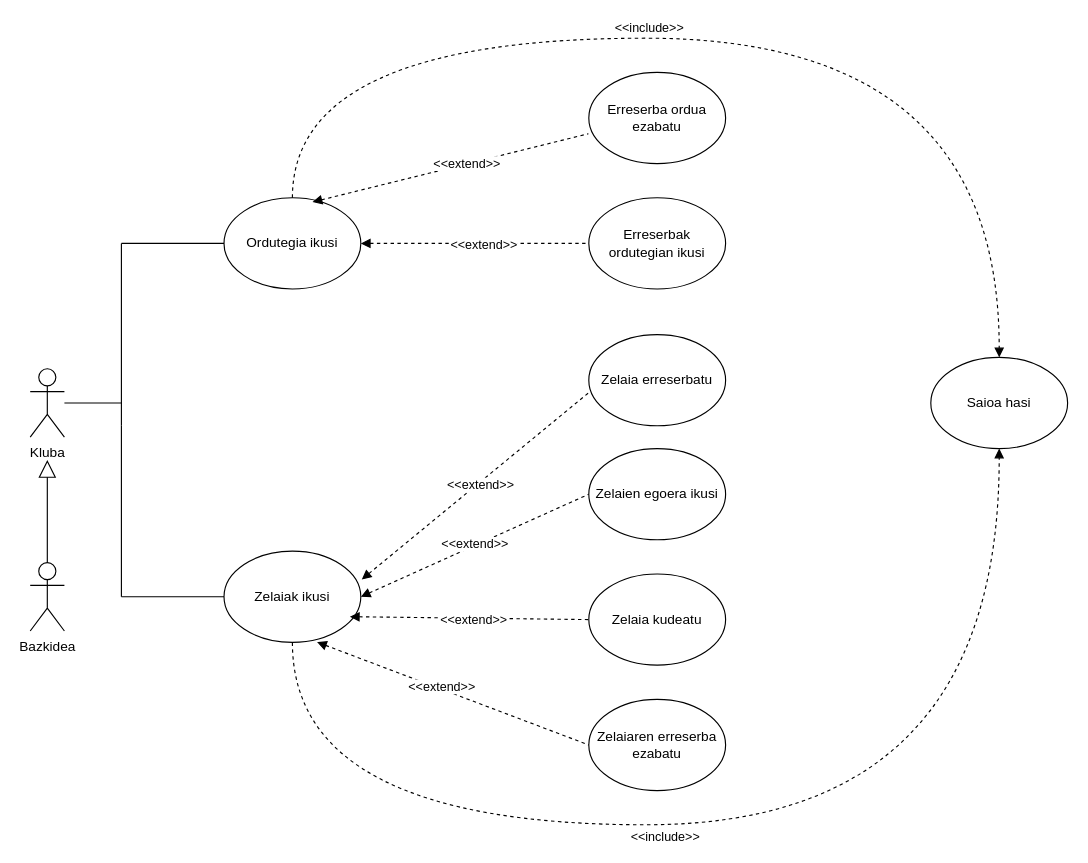
Above: C#/Diagramak/C_ErabilpenKasuDiagrama.drawio in iguisado228/3Erronka (draw.io), before the change. Source tidied: cells renumbered, new cells numbered last; positions are measured from the earlier drawing's top-left corner, leaving out a move shared by most shapes. Both pictures are drawn from the tidied source at 114%, with x=0, y=0 at pixel (30, 38).
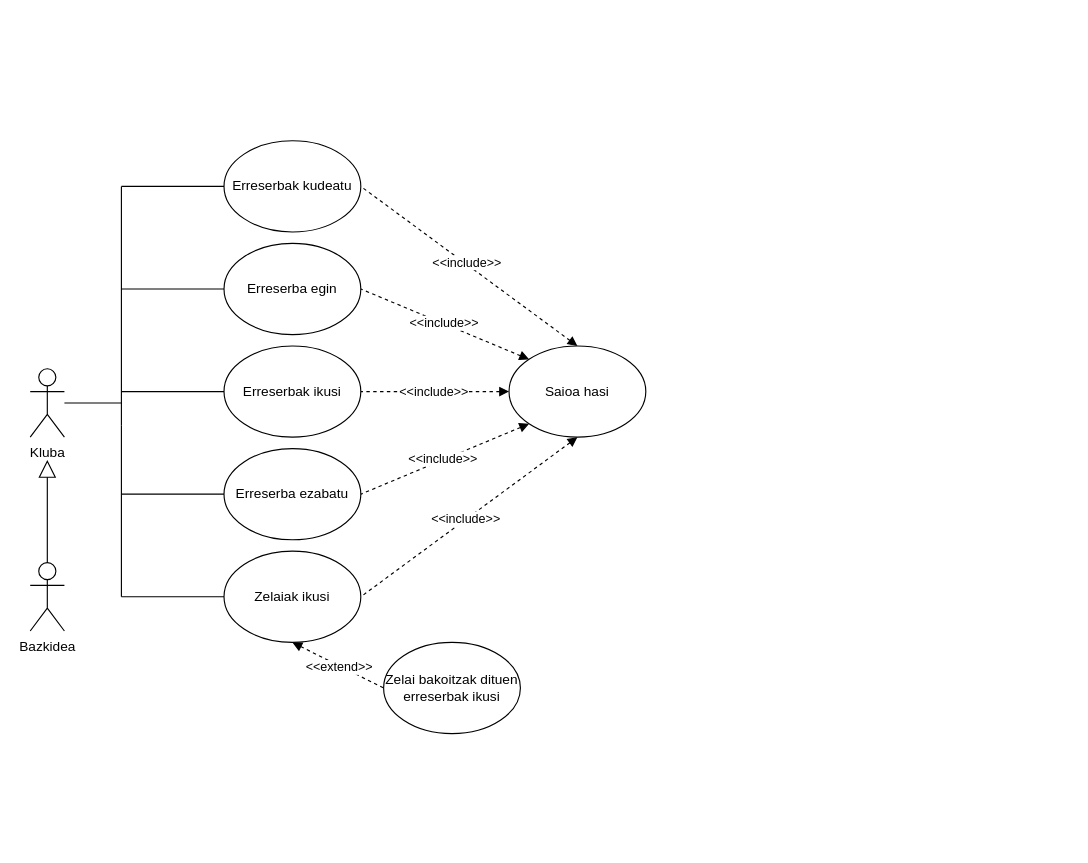
After the change.

The change refers to these unchanged cells:
```xml
<mxCell id="4" value="Zelaiak ikusi" style="ellipse;whiteSpace=wrap;html=1;" parent="1" vertex="1">
  <mxGeometry x="170" y="450" width="120" height="80" as="geometry" />
</mxCell>
```

Diff of the diagram source:
```diff
@@
-    <mxCell id="2" value="Ordutegia ikusi" style="ellipse;whiteSpace=wrap;html=1;" parent="1" vertex="1">
-      <mxGeometry x="170" y="140" width="120" height="80" as="geometry" />
+    <mxCell id="2" value="Erreserba egin" style="ellipse;whiteSpace=wrap;html=1;" parent="1" vertex="1">
+      <mxGeometry x="170" y="180" width="120" height="80" as="geometry" />
     </mxCell>
@@
-    <mxCell id="5" value="Zelaia erreserbatu" style="ellipse;whiteSpace=wrap;html=1;" parent="1" vertex="1">
-      <mxGeometry x="490" y="260" width="120" height="80" as="geometry" />
-    </mxCell>
-    <mxCell id="6" style="endArrow=none;dashed=1;html=1;rounded=0;entryX=0.013;entryY=0.62;entryDx=0;entryDy=0;entryPerimeter=0;startArrow=block;startFill=1;exitX=1.007;exitY=0.31;exitDx=0;exitDy=0;exitPerimeter=0;" parent="1" edge="1" source="4" target="5">
-      <mxGeometry relative="1" as="geometry" />
-    </mxCell>
-    <mxCell id="7" value="&amp;lt;&amp;lt;extend&amp;gt;&amp;gt;" style="edgeLabel;html=1;align=center;verticalAlign=middle;" parent="6" vertex="1">
-      <mxGeometry x="0.02" y="-1" relative="1" as="geometry" />
-    </mxCell>
     <mxCell id="8" value="Saioa hasi" style="ellipse;whiteSpace=wrap;html=1;" parent="1" vertex="1">
-      <mxGeometry x="790" y="280" width="120" height="80" as="geometry" />
+      <mxGeometry x="420" y="270" width="120" height="80" as="geometry" />
     </mxCell>
-    <mxCell id="9" style="endArrow=none;dashed=1;html=1;rounded=0;entryX=0;entryY=0.5;entryDx=0;entryDy=0;exitX=1;exitY=0.5;exitDx=0;exitDy=0;startArrow=block;startFill=1;" parent="1" edge="1" source="4" target="11">
-      <mxGeometry relative="1" as="geometry" />
-    </mxCell>
-    <mxCell id="10" value="&amp;lt;&amp;lt;extend&amp;gt;&amp;gt;" style="edgeLabel;html=1;align=center;verticalAlign=middle;" parent="9" vertex="1">
-      <mxGeometry y="1" relative="1" as="geometry" />
-    </mxCell>
-    <mxCell id="11" value="Zelaien egoera ikusi" style="ellipse;whiteSpace=wrap;html=1;" parent="1" vertex="1">
-      <mxGeometry x="490" y="360" width="120" height="80" as="geometry" />
-    </mxCell>
-    <mxCell id="12" value="Zelaia kudeatu" style="ellipse;whiteSpace=wrap;html=1;" parent="1" vertex="1">
-      <mxGeometry x="490" y="470" width="120" height="80" as="geometry" />
+    <mxCell id="12" value="Zelai bakoitzak dituen erreserbak ikusi" style="ellipse;whiteSpace=wrap;html=1;" parent="1" vertex="1">
+      <mxGeometry x="310" y="530" width="120" height="80" as="geometry" />
     </mxCell>
-    <mxCell id="13" style="endArrow=none;dashed=1;html=1;rounded=0;entryX=0;entryY=0.5;entryDx=0;entryDy=0;exitX=0.92;exitY=0.718;exitDx=0;exitDy=0;exitPerimeter=0;endFill=1;startFill=1;startArrow=block;" parent="1" edge="1" source="4" target="12">
+    <mxCell id="13" style="endArrow=none;dashed=1;html=1;rounded=0;entryX=0;entryY=0.5;entryDx=0;entryDy=0;exitX=0.5;exitY=1;exitDx=0;exitDy=0;endFill=1;startFill=1;startArrow=block;" parent="1" edge="1" source="4" target="12">
       <mxGeometry relative="1" as="geometry" />
     </mxCell>
@@
-    <mxCell id="15" style="endArrow=none;dashed=1;html=1;rounded=0;exitX=1;exitY=0.5;exitDx=0;exitDy=0;entryX=0;entryY=0.5;entryDx=0;entryDy=0;startArrow=block;startFill=1;" parent="1" edge="1" source="2" target="17">
-      <mxGeometry relative="1" as="geometry" />
-    </mxCell>
-    <mxCell id="16" value="&amp;lt;&amp;lt;extend&amp;gt;&amp;gt;" style="edgeLabel;html=1;align=center;verticalAlign=middle;" parent="15" vertex="1">
-      <mxGeometry x="0.07" relative="1" as="geometry" />
-    </mxCell>
-    <mxCell id="17" value="Erreserbak ordutegian ikusi" style="ellipse;whiteSpace=wrap;html=1;" parent="1" vertex="1">
-      <mxGeometry x="490" y="140" width="120" height="80" as="geometry" />
-    </mxCell>
-    <mxCell id="18" style="endArrow=none;dashed=1;html=1;rounded=0;exitX=0.647;exitY=0.047;exitDx=0;exitDy=0;exitPerimeter=0;entryX=-0.003;entryY=0.673;entryDx=0;entryDy=0;startArrow=block;startFill=1;entryPerimeter=0;" parent="1" edge="1" source="2" target="20">
-      <mxGeometry relative="1" as="geometry" />
-    </mxCell>
-    <mxCell id="19" value="&amp;lt;&amp;lt;extend&amp;gt;&amp;gt;" style="edgeLabel;html=1;align=center;verticalAlign=middle;" parent="18" vertex="1">
-      <mxGeometry x="0.11" y="1" relative="1" as="geometry">
-        <mxPoint x="1" as="offset" />
-      </mxGeometry>
-    </mxCell>
-    <mxCell id="20" value="Erreserba ordua ezabatu" style="ellipse;whiteSpace=wrap;html=1;" parent="1" vertex="1">
-      <mxGeometry x="490" y="30" width="120" height="80" as="geometry" />
-    </mxCell>
-    <mxCell id="21" style="endArrow=none;dashed=1;html=1;rounded=0;exitX=0.68;exitY=0.997;exitDx=0;exitDy=0;exitPerimeter=0;entryX=0;entryY=0.5;entryDx=0;entryDy=0;startArrow=block;startFill=1;" parent="1" edge="1" source="4" target="29">
-      <mxGeometry relative="1" as="geometry" />
-    </mxCell>
-    <mxCell id="22" value="&amp;lt;&amp;lt;extend&amp;gt;&amp;gt;" style="edgeLabel;html=1;align=center;verticalAlign=middle;" parent="21" vertex="1">
-      <mxGeometry x="-0.09" y="2" relative="1" as="geometry" />
-    </mxCell>
     <mxCell id="23" style="endArrow=none;html=1;rounded=0;" parent="1" edge="1">
       <mxGeometry relative="1" as="geometry">
         <mxPoint x="80" y="340" as="sourcePoint" />
-        <mxPoint x="80" y="180" as="targetPoint" />
+        <mxPoint x="80" y="130" as="targetPoint" />
       </mxGeometry>
     </mxCell>
     <mxCell id="24" style="endArrow=none;html=1;rounded=0;entryX=0;entryY=0.5;entryDx=0;entryDy=0;" parent="1" edge="1" target="2">
       <mxGeometry relative="1" as="geometry">
-        <mxPoint x="80" y="180" as="sourcePoint" />
+        <mxPoint x="80" y="220" as="sourcePoint" />
       </mxGeometry>
     </mxCell>
@@
-    <mxCell id="27" style="endArrow=block;dashed=1;html=1;rounded=0;edgeStyle=orthogonalEdgeStyle;curved=1;exitX=0.5;exitY=1;exitDx=0;exitDy=0;entryX=0.5;entryY=1;entryDx=0;entryDy=0;startArrow=none;startFill=0;endFill=1;" parent="1" edge="1" source="4" target="8">
-      <mxGeometry relative="1" as="geometry">
-        <Array as="points">
-          <mxPoint x="230" y="690" />
-          <mxPoint x="850" y="690" />
-        </Array>
-      </mxGeometry>
-    </mxCell>
-    <mxCell id="28" value="&amp;lt;&amp;lt;include&amp;gt;&amp;gt;" style="edgeLabel;html=1;align=center;verticalAlign=middle;" parent="27" vertex="1">
-      <mxGeometry x="-0.04" y="-2" relative="1" as="geometry">
-        <mxPoint x="-47" y="8" as="offset" />
-      </mxGeometry>
-    </mxCell>
-    <mxCell id="29" value="Zelaiaren erreserba ezabatu" style="ellipse;whiteSpace=wrap;html=1;" parent="1" vertex="1">
-      <mxGeometry x="490" y="580" width="120" height="80" as="geometry" />
-    </mxCell>
-    <mxCell id="30" style="endArrow=block;dashed=1;html=1;rounded=0;edgeStyle=orthogonalEdgeStyle;curved=1;exitX=0.5;exitY=0;exitDx=0;exitDy=0;startArrow=none;startFill=0;endFill=1;entryX=0.5;entryY=0;entryDx=0;entryDy=0;" parent="1" edge="1" source="2" target="8">
-      <mxGeometry relative="1" as="geometry">
-        <Array as="points">
-          <mxPoint x="230" />
-          <mxPoint x="850" />
-        </Array>
-      </mxGeometry>
-    </mxCell>
-    <mxCell id="31" value="&amp;lt;&amp;lt;include&amp;gt;&amp;gt;" style="edgeLabel;html=1;align=center;verticalAlign=middle;" parent="30" vertex="1">
-      <mxGeometry x="-0.04" y="-2" relative="1" as="geometry">
-        <mxPoint x="-47" y="-12" as="offset" />
-      </mxGeometry>
-    </mxCell>
@@
+    <mxCell id="35" value="Erreserbak kudeatu" style="ellipse;whiteSpace=wrap;html=1;" parent="1" vertex="1">
+      <mxGeometry x="170" y="90" width="120" height="80" as="geometry" />
+    </mxCell>
+    <mxCell id="36" value="Erreserba ezabatu" style="ellipse;whiteSpace=wrap;html=1;" parent="1" vertex="1">
+      <mxGeometry x="170" y="360" width="120" height="80" as="geometry" />
+    </mxCell>
+    <mxCell id="37" value="Erreserbak ikusi" style="ellipse;whiteSpace=wrap;html=1;" parent="1" vertex="1">
+      <mxGeometry x="170" y="270" width="120" height="80" as="geometry" />
+    </mxCell>
+    <mxCell id="38" style="endArrow=none;html=1;rounded=0;entryX=0;entryY=0.5;entryDx=0;entryDy=0;" parent="1" edge="1" target="35">
+      <mxGeometry relative="1" as="geometry">
+        <mxPoint x="80" y="130" as="sourcePoint" />
+      </mxGeometry>
+    </mxCell>
+    <mxCell id="39" style="endArrow=none;html=1;rounded=0;entryX=0;entryY=0.5;entryDx=0;entryDy=0;" parent="1" edge="1" target="37">
+      <mxGeometry relative="1" as="geometry">
+        <mxPoint x="80" y="310" as="sourcePoint" />
+      </mxGeometry>
+    </mxCell>
+    <mxCell id="40" style="endArrow=none;html=1;rounded=0;entryX=0;entryY=0.5;entryDx=0;entryDy=0;" parent="1" edge="1" target="36">
+      <mxGeometry relative="1" as="geometry">
+        <mxPoint x="80" y="400" as="sourcePoint" />
+      </mxGeometry>
+    </mxCell>
+    <mxCell id="41" style="endArrow=none;dashed=1;html=1;rounded=0;entryX=1;entryY=0.5;entryDx=0;entryDy=0;exitX=0;exitY=0;exitDx=0;exitDy=0;endFill=1;startFill=1;startArrow=block;" parent="1" edge="1" source="8" target="2">
+      <mxGeometry relative="1" as="geometry" />
+    </mxCell>
+    <mxCell id="42" value="&amp;lt;&amp;lt;include&amp;gt;&amp;gt;" style="edgeLabel;html=1;align=center;verticalAlign=middle;" parent="41" vertex="1">
+      <mxGeometry x="0.03" y="-1" relative="1" as="geometry" />
+    </mxCell>
+    <mxCell id="43" style="endArrow=none;dashed=1;html=1;rounded=0;entryX=1;entryY=0.5;entryDx=0;entryDy=0;exitX=0.5;exitY=0;exitDx=0;exitDy=0;endFill=1;startFill=1;startArrow=block;" parent="1" edge="1" source="8" target="35">
+      <mxGeometry relative="1" as="geometry" />
+    </mxCell>
+    <mxCell id="44" value="&amp;lt;&amp;lt;include&amp;gt;&amp;gt;" style="edgeLabel;html=1;align=center;verticalAlign=middle;" parent="43" vertex="1">
+      <mxGeometry x="0.03" y="-1" relative="1" as="geometry" />
+    </mxCell>
+    <mxCell id="45" style="endArrow=none;dashed=1;html=1;rounded=0;entryX=1;entryY=0.5;entryDx=0;entryDy=0;exitX=0;exitY=0.5;exitDx=0;exitDy=0;endFill=1;startFill=1;startArrow=block;" parent="1" edge="1" source="8" target="37">
+      <mxGeometry relative="1" as="geometry" />
+    </mxCell>
+    <mxCell id="46" value="&amp;lt;&amp;lt;include&amp;gt;&amp;gt;" style="edgeLabel;html=1;align=center;verticalAlign=middle;" parent="45" vertex="1">
+      <mxGeometry x="0.03" y="-1" relative="1" as="geometry" />
+    </mxCell>
+    <mxCell id="47" style="endArrow=none;dashed=1;html=1;rounded=0;entryX=1;entryY=0.5;entryDx=0;entryDy=0;exitX=0;exitY=1;exitDx=0;exitDy=0;endFill=1;startFill=1;startArrow=block;" parent="1" edge="1" source="8" target="36">
+      <mxGeometry relative="1" as="geometry" />
+    </mxCell>
+    <mxCell id="48" value="&amp;lt;&amp;lt;include&amp;gt;&amp;gt;" style="edgeLabel;html=1;align=center;verticalAlign=middle;" parent="47" vertex="1">
+      <mxGeometry x="0.03" y="-1" relative="1" as="geometry" />
+    </mxCell>
+    <mxCell id="49" style="endArrow=none;dashed=1;html=1;rounded=0;entryX=1;entryY=0.5;entryDx=0;entryDy=0;exitX=0.5;exitY=1;exitDx=0;exitDy=0;endFill=1;startFill=1;startArrow=block;" parent="1" edge="1" source="8" target="4">
+      <mxGeometry relative="1" as="geometry" />
+    </mxCell>
+    <mxCell id="50" value="&amp;lt;&amp;lt;include&amp;gt;&amp;gt;" style="edgeLabel;html=1;align=center;verticalAlign=middle;" parent="49" vertex="1">
+      <mxGeometry x="0.03" y="-1" relative="1" as="geometry" />
+    </mxCell>
```
